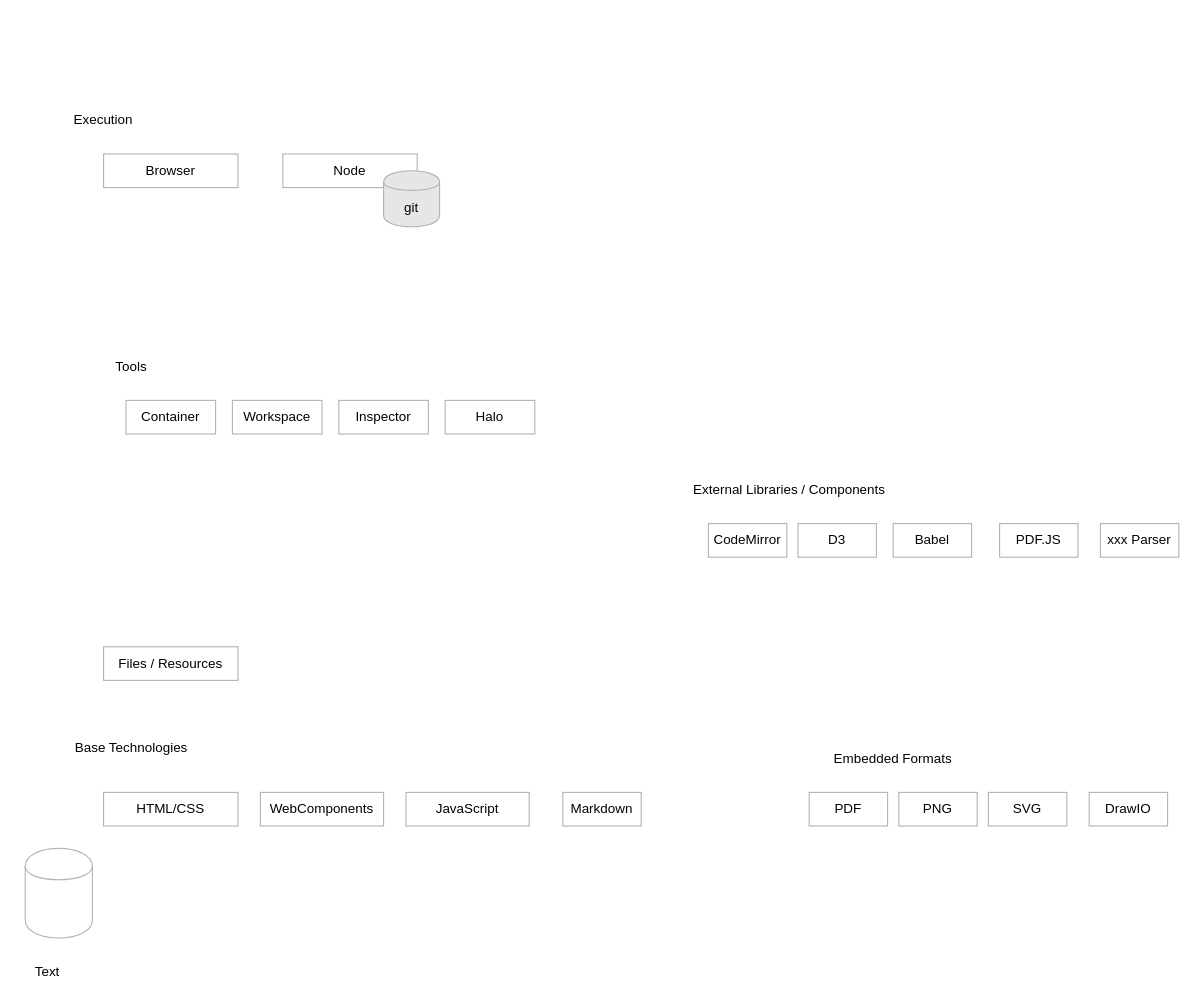
The draw.io diagram doc/lively4.drawio in LivelyKernel/lively4-core, before the edit. Source tidied: cells renumbered, new cells numbered last; positions are measured from the earlier drawing's top-left corner, leaving out a move shared by most shapes. Both pictures are drawn from the tidied source at 112%, with x=0, y=0 at pixel (19, 109).
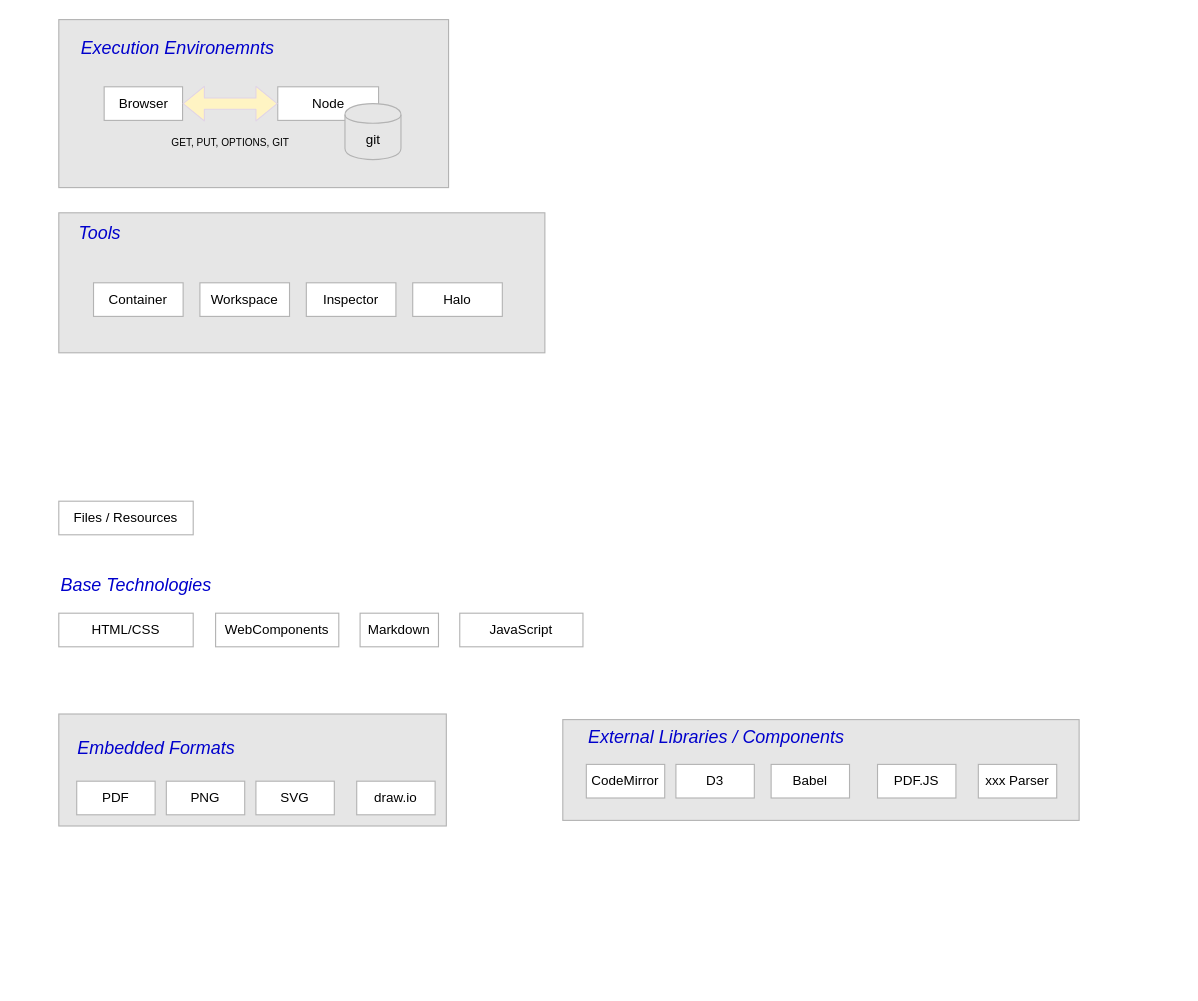
The same diagram, later.

What changed in the source:
```diff
@@
+    <mxCell id="30" style="rounded=0;whiteSpace=wrap;html=1;strokeColor=#B3B3B3;fillColor=#E6E6E6;fontSize=16;fontColor=#0000CC;align=left;" parent="1" vertex="1">
+      <mxGeometry x="35" y="92.5" width="434" height="125" as="geometry" />
+    </mxCell>
+    <mxCell id="31" style="rounded=0;whiteSpace=wrap;html=1;strokeColor=#B3B3B3;fillColor=#E6E6E6;fontSize=16;fontColor=#0000CC;align=left;" parent="1" vertex="1">
+      <mxGeometry x="35" y="-80" width="348" height="150" as="geometry" />
+    </mxCell>
+    <mxCell id="32" style="rounded=0;whiteSpace=wrap;html=1;strokeColor=#B3B3B3;fillColor=#E6E6E6;fontSize=16;fontColor=#0000CC;align=left;" parent="1" vertex="1">
+      <mxGeometry x="35" y="540" width="346" height="100" as="geometry" />
+    </mxCell>
+    <mxCell id="33" style="rounded=0;whiteSpace=wrap;html=1;strokeColor=#B3B3B3;fillColor=#E6E6E6;fontSize=16;fontColor=#0000CC;align=left;" parent="1" vertex="1">
+      <mxGeometry x="485" y="545" width="461" height="90" as="geometry" />
+    </mxCell>
     <mxCell id="2" value="HTML/CSS" style="rounded=0;whiteSpace=wrap;html=1;strokeColor=#B3B3B3;" parent="1" vertex="1">
-      <mxGeometry x="75" y="610" width="120" height="30" as="geometry" />
+      <mxGeometry x="35" y="450" width="120" height="30" as="geometry" />
     </mxCell>
     <mxCell id="3" value="WebComponents" style="rounded=0;whiteSpace=wrap;html=1;strokeColor=#B3B3B3;" parent="1" vertex="1">
-      <mxGeometry x="215" y="610" width="110" height="30" as="geometry" />
+      <mxGeometry x="175" y="450" width="110" height="30" as="geometry" />
     </mxCell>
     <mxCell id="4" value="JavaScript" style="rounded=0;whiteSpace=wrap;html=1;strokeColor=#B3B3B3;" parent="1" vertex="1">
-      <mxGeometry x="345" y="610" width="110" height="30" as="geometry" />
+      <mxGeometry x="393" y="450" width="110" height="30" as="geometry" />
     </mxCell>
     <mxCell id="5" value="CodeMirror" style="rounded=0;whiteSpace=wrap;html=1;strokeColor=#B3B3B3;" parent="1" vertex="1">
-      <mxGeometry x="615" y="370" width="70" height="30" as="geometry" />
+      <mxGeometry x="506" y="585" width="70" height="30" as="geometry" />
     </mxCell>
-    <mxCell id="6" value="Base Technologies" style="text;html=1;strokeColor=none;fillColor=none;align=center;verticalAlign=middle;whiteSpace=wrap;rounded=0;" parent="1" vertex="1">
-      <mxGeometry x="25" y="560" width="150" height="20" as="geometry" />
+    <mxCell id="6" value="Base Technologies" style="text;html=1;strokeColor=none;fillColor=none;align=left;verticalAlign=middle;whiteSpace=wrap;rounded=0;fontSize=16;fontStyle=2;fontColor=#0000CC;" parent="1" vertex="1">
+      <mxGeometry x="35" y="415" width="150" height="20" as="geometry" />
     </mxCell>
     <mxCell id="7" value="Files / Resources" style="rounded=0;whiteSpace=wrap;html=1;strokeColor=#B3B3B3;" parent="1" vertex="1">
-      <mxGeometry x="75" y="480" width="120" height="30" as="geometry" />
+      <mxGeometry x="35" y="350" width="120" height="30" as="geometry" />
     </mxCell>
-    <mxCell id="8" value="Execution" style="text;html=1;strokeColor=none;fillColor=none;align=center;verticalAlign=middle;whiteSpace=wrap;rounded=0;" parent="1" vertex="1">
-      <mxGeometry width="150" height="20" as="geometry" />
+    <mxCell id="8" value="Execution Environemnts" style="text;html=1;strokeColor=none;fillColor=none;align=left;verticalAlign=middle;whiteSpace=wrap;rounded=0;fontSize=16;fontStyle=2;fontColor=#0000CC;" parent="1" vertex="1">
+      <mxGeometry x="53" y="-65" width="220" height="20" as="geometry" />
     </mxCell>
     <mxCell id="9" value="Browser" style="rounded=0;whiteSpace=wrap;html=1;strokeColor=#B3B3B3;" parent="1" vertex="1">
-      <mxGeometry x="75" y="40" width="120" height="30" as="geometry" />
+      <mxGeometry x="75.5" y="-20" width="70" height="30" as="geometry" />
     </mxCell>
     <mxCell id="10" value="Node" style="rounded=0;whiteSpace=wrap;html=1;strokeColor=#B3B3B3;" parent="1" vertex="1">
-      <mxGeometry x="235" y="40" width="120" height="30" as="geometry" />
+      <mxGeometry x="230.5" y="-20" width="90" height="30" as="geometry" />
     </mxCell>
-    <mxCell id="11" style="shape=cylinder;whiteSpace=wrap;html=1;boundedLbl=1;backgroundOutline=1;strokeColor=#B3B3B3;fillColor=none;" parent="1" vertex="1">
-      <mxGeometry x="5" y="660" width="60" height="80" as="geometry" />
-    </mxCell>
     <mxCell id="12" value="git" style="shape=cylinder;whiteSpace=wrap;html=1;boundedLbl=1;backgroundOutline=1;strokeColor=#B3B3B3;fillColor=#E6E6E6;" parent="1" vertex="1">
-      <mxGeometry x="325" y="55" width="50" height="50" as="geometry" />
+      <mxGeometry x="290.5" y="-5" width="50" height="50" as="geometry" />
     </mxCell>
-    <mxCell id="13" value="Text" style="text;html=1;strokeColor=none;fillColor=none;align=center;verticalAlign=middle;whiteSpace=wrap;rounded=0;" parent="1" vertex="1">
-      <mxGeometry x="5" y="760" width="40" height="20" as="geometry" />
-    </mxCell>
     <mxCell id="14" value="D3" style="rounded=0;whiteSpace=wrap;html=1;strokeColor=#B3B3B3;" parent="1" vertex="1">
-      <mxGeometry x="695" y="370" width="70" height="30" as="geometry" />
+      <mxGeometry x="586" y="585" width="70" height="30" as="geometry" />
     </mxCell>
     <mxCell id="15" value="Markdown" style="rounded=0;whiteSpace=wrap;html=1;strokeColor=#B3B3B3;" parent="1" vertex="1">
-      <mxGeometry x="485" y="610" width="70" height="30" as="geometry" />
+      <mxGeometry x="304" y="450" width="70" height="30" as="geometry" />
     </mxCell>
     <mxCell id="16" value="PDF" style="rounded=0;whiteSpace=wrap;html=1;strokeColor=#B3B3B3;" parent="1" vertex="1">
-      <mxGeometry x="705" y="610" width="70" height="30" as="geometry" />
+      <mxGeometry x="51" y="600" width="70" height="30" as="geometry" />
     </mxCell>
     <mxCell id="17" value="PNG" style="rounded=0;whiteSpace=wrap;html=1;strokeColor=#B3B3B3;" parent="1" vertex="1">
-      <mxGeometry x="785" y="610" width="70" height="30" as="geometry" />
+      <mxGeometry x="131" y="600" width="70" height="30" as="geometry" />
     </mxCell>
-    <mxCell id="18" value="DrawIO" style="rounded=0;whiteSpace=wrap;html=1;strokeColor=#B3B3B3;" parent="1" vertex="1">
-      <mxGeometry x="955" y="610" width="70" height="30" as="geometry" />
+    <mxCell id="18" value="draw.io" style="rounded=0;whiteSpace=wrap;html=1;strokeColor=#B3B3B3;" parent="1" vertex="1">
+      <mxGeometry x="301" y="600" width="70" height="30" as="geometry" />
     </mxCell>
     <mxCell id="19" value="SVG" style="rounded=0;whiteSpace=wrap;html=1;strokeColor=#B3B3B3;" parent="1" vertex="1">
-      <mxGeometry x="865" y="610" width="70" height="30" as="geometry" />
+      <mxGeometry x="211" y="600" width="70" height="30" as="geometry" />
     </mxCell>
-    <mxCell id="20" value="Embedded Formats" style="text;html=1;strokeColor=none;fillColor=none;align=center;verticalAlign=middle;whiteSpace=wrap;rounded=0;" parent="1" vertex="1">
-      <mxGeometry x="705" y="570" width="150" height="20" as="geometry" />
+    <mxCell id="20" value="Embedded Formats" style="text;html=1;strokeColor=none;fillColor=none;align=left;verticalAlign=middle;whiteSpace=wrap;rounded=0;fontSize=16;fontStyle=2;fontColor=#0000CC;" parent="1" vertex="1">
+      <mxGeometry x="50" y="560" width="150" height="20" as="geometry" />
     </mxCell>
-    <mxCell id="21" value="Tools" style="text;html=1;strokeColor=none;fillColor=none;align=center;verticalAlign=middle;whiteSpace=wrap;rounded=0;" parent="1" vertex="1">
-      <mxGeometry x="25" y="220" width="150" height="20" as="geometry" />
+    <mxCell id="21" value="Tools" style="text;html=1;strokeColor=none;fillColor=none;align=left;verticalAlign=middle;whiteSpace=wrap;rounded=0;fontSize=16;fontStyle=2;fontColor=#0000CC;" parent="1" vertex="1">
+      <mxGeometry x="51" y="100" width="150" height="20" as="geometry" />
     </mxCell>
     <mxCell id="22" value="Container" style="rounded=0;whiteSpace=wrap;html=1;strokeColor=#B3B3B3;" parent="1" vertex="1">
-      <mxGeometry x="95" y="260" width="80" height="30" as="geometry" />
+      <mxGeometry x="66" y="155" width="80" height="30" as="geometry" />
     </mxCell>
-    <mxCell id="23" value="External Libraries / Components" style="text;html=1;strokeColor=none;fillColor=none;align=center;verticalAlign=middle;whiteSpace=wrap;rounded=0;" parent="1" vertex="1">
-      <mxGeometry x="580" y="330" width="215" height="20" as="geometry" />
+    <mxCell id="23" value="External Libraries / Components" style="text;html=1;strokeColor=none;fillColor=none;align=left;verticalAlign=middle;whiteSpace=wrap;rounded=0;fontSize=16;fontColor=#0000CC;fontStyle=2;" parent="1" vertex="1">
+      <mxGeometry x="506" y="550" width="300" height="20" as="geometry" />
     </mxCell>
     <mxCell id="24" value="Babel" style="rounded=0;whiteSpace=wrap;html=1;strokeColor=#B3B3B3;" parent="1" vertex="1">
-      <mxGeometry x="780" y="370" width="70" height="30" as="geometry" />
+      <mxGeometry x="671" y="585" width="70" height="30" as="geometry" />
     </mxCell>
     <mxCell id="25" value="PDF.JS" style="rounded=0;whiteSpace=wrap;html=1;strokeColor=#B3B3B3;" parent="1" vertex="1">
-      <mxGeometry x="875" y="370" width="70" height="30" as="geometry" />
+      <mxGeometry x="766" y="585" width="70" height="30" as="geometry" />
     </mxCell>
     <mxCell id="26" value="xxx Parser" style="rounded=0;whiteSpace=wrap;html=1;strokeColor=#B3B3B3;" parent="1" vertex="1">
-      <mxGeometry x="965" y="370" width="70" height="30" as="geometry" />
+      <mxGeometry x="856" y="585" width="70" height="30" as="geometry" />
     </mxCell>
     <mxCell id="27" value="Workspace" style="rounded=0;whiteSpace=wrap;html=1;strokeColor=#B3B3B3;" parent="1" vertex="1">
-      <mxGeometry x="190" y="260" width="80" height="30" as="geometry" />
+      <mxGeometry x="161" y="155" width="80" height="30" as="geometry" />
     </mxCell>
     <mxCell id="28" value="Inspector" style="rounded=0;whiteSpace=wrap;html=1;strokeColor=#B3B3B3;" parent="1" vertex="1">
-      <mxGeometry x="285" y="260" width="80" height="30" as="geometry" />
+      <mxGeometry x="256" y="155" width="80" height="30" as="geometry" />
     </mxCell>
     <mxCell id="29" value="Halo" style="rounded=0;whiteSpace=wrap;html=1;strokeColor=#B3B3B3;" parent="1" vertex="1">
-      <mxGeometry x="380" y="260" width="80" height="30" as="geometry" />
+      <mxGeometry x="351" y="155" width="80" height="30" as="geometry" />
     </mxCell>
+    <mxCell id="34" style="shape=flexArrow;endArrow=classic;startArrow=classic;html=1;entryX=0;entryY=0.5;entryDx=0;entryDy=0;strokeColor=#E1D5E7;fillColor=#FFF4C3;" parent="1" edge="1" source="9" target="10">
+      <mxGeometry relative="1" as="geometry" />
+    </mxCell>
+    <mxCell id="35" value="GET, PUT, OPTIONS, GIT" style="text;html=1;strokeColor=none;fillColor=none;align=center;verticalAlign=middle;whiteSpace=wrap;rounded=0;fontSize=9;" parent="1" vertex="1">
+      <mxGeometry x="110.5" y="20" width="155" height="20" as="geometry" />
+    </mxCell>
```
